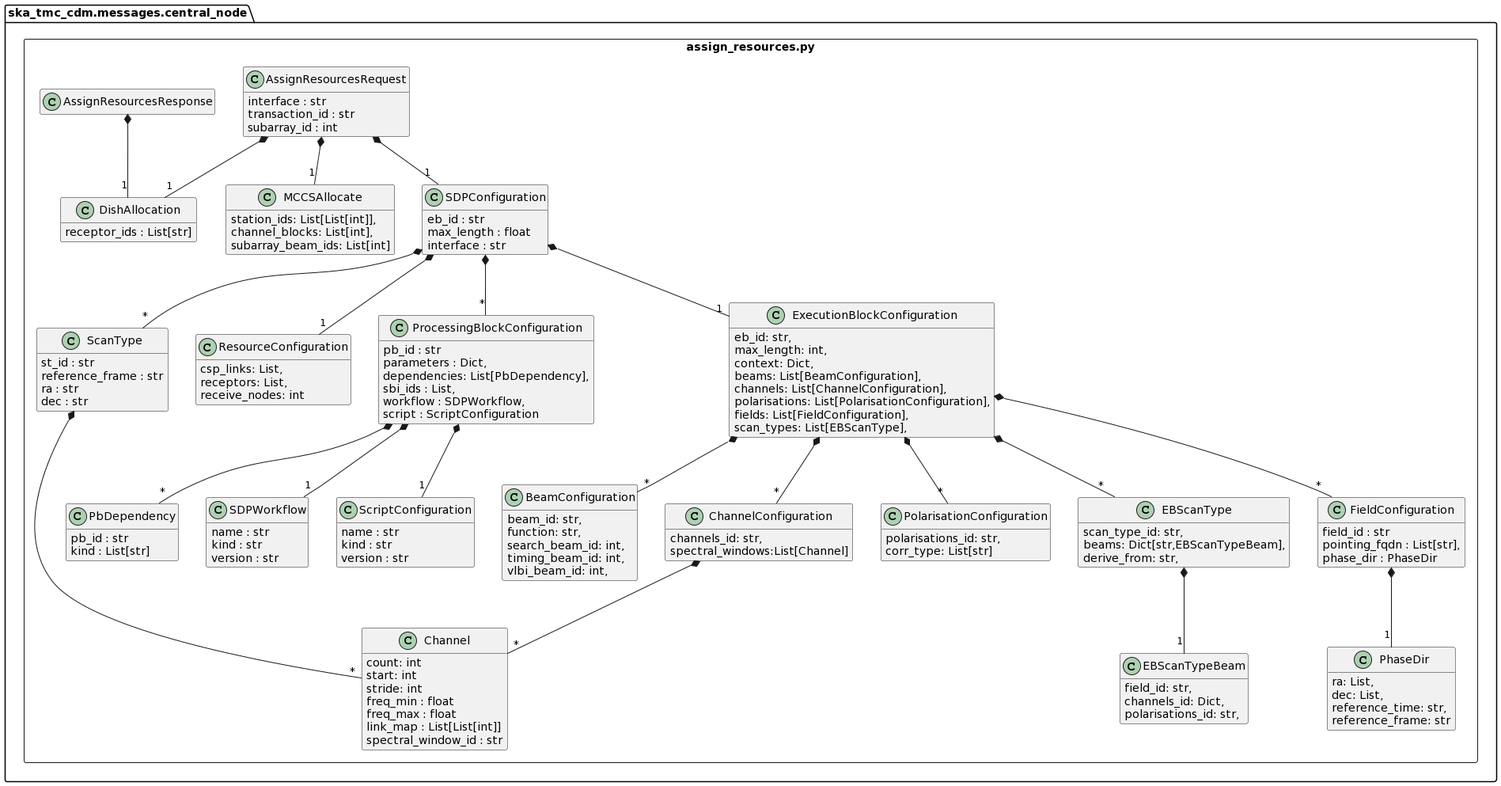
This is docs/src/developer/centralnode/assignresources.png from ska-telescope/cdm-shared-library, a PlantUML export, as it was before one commit.
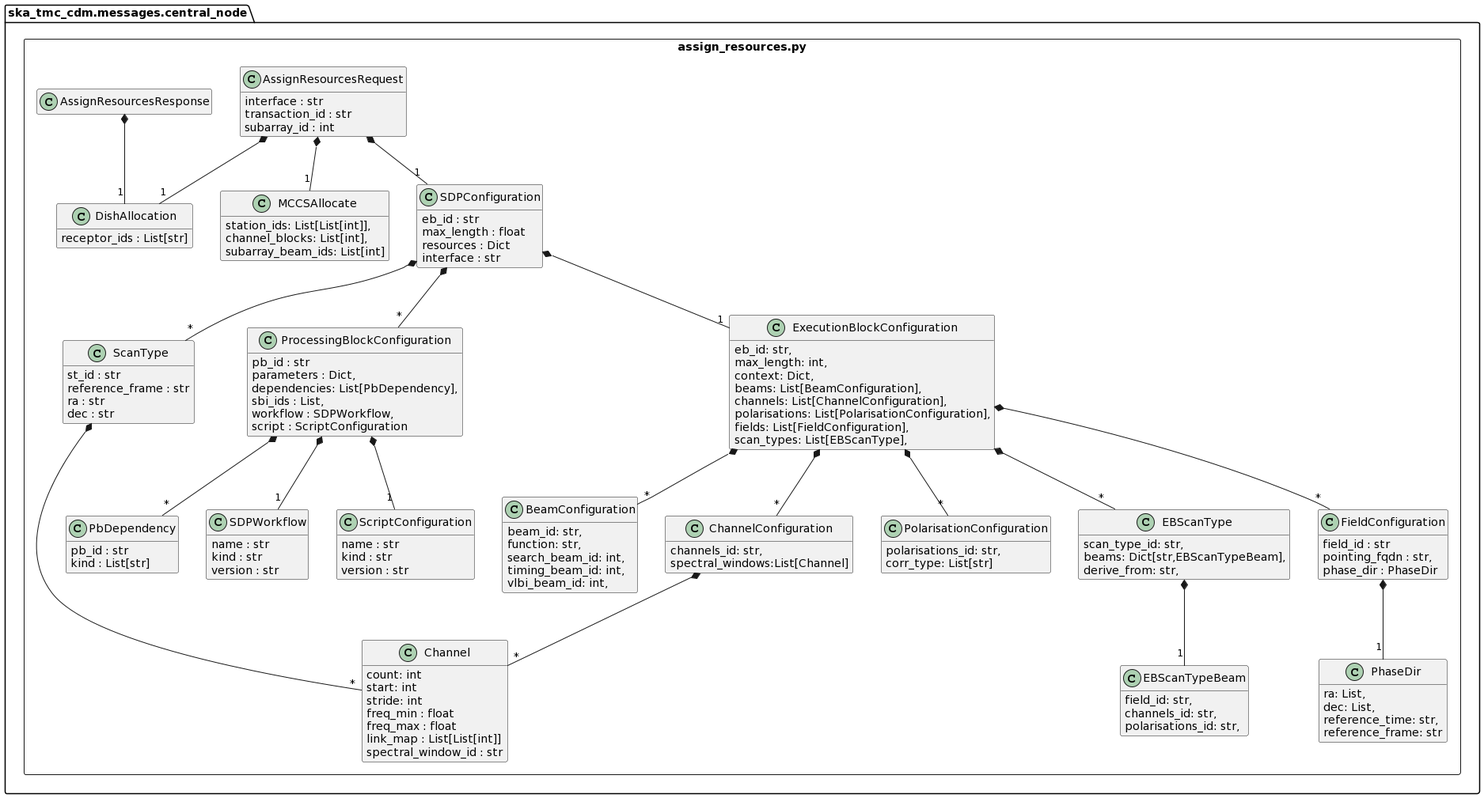
After the change.

Commit message:
NAK-111 Change the Datatype of Resources and removed ResourceConfiguration from messages and schema

Change to the diagram source:
```diff
@@ -35,11 +35,7 @@
             pb_id : str
             kind : List[str]
         }
-         class ResourceConfiguration {
-            csp_links: List,
-            receptors: List,
-            receive_nodes: int
-        }
+
 
         class PhaseDir {
             ra: List,
@@ -66,7 +62,7 @@
         }
         class EBScanTypeBeam {
             field_id: str,
-            channels_id: Dict,
+            channels_id: str,
             polarisations_id: str,
         }
         class EBScanType {
@@ -78,7 +74,7 @@
 
         class FieldConfiguration {
             field_id : str
-            pointing_fqdn : List[str],
+            pointing_fqdn : str,
             phase_dir : PhaseDir
         }
 
@@ -129,12 +125,12 @@
         class SDPConfiguration {
             eb_id : str
             max_length : float
+            resources : Dict
             interface : str
         }
         SDPConfiguration *-- "*" ScanType
         SDPConfiguration *-- "*" ProcessingBlockConfiguration
         SDPConfiguration *-- "1" ExecutionBlockConfiguration
-        SDPConfiguration *-- "1" ResourceConfiguration
 
         class AssignResourcesRequest {
             interface : str
```
